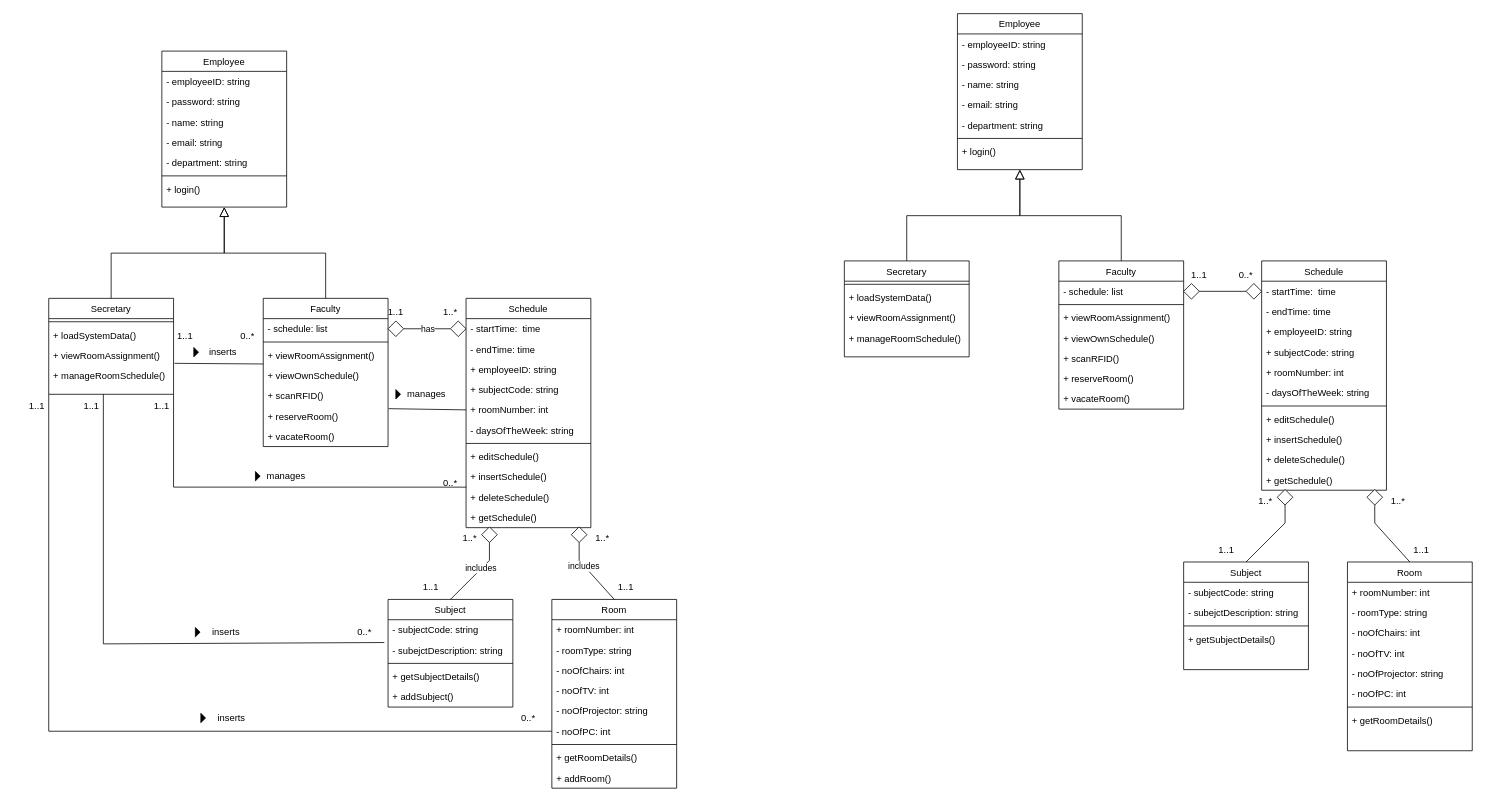
Before: Class.drawio in jnthnpstl/Statistics-Calculator, a draw.io diagram. Source tidied: cells renumbered, new cells numbered last; positions are measured from the earlier drawing's top-left corner, leaving out a move shared by most shapes. Both pictures are drawn from the tidied source at 78%, with x=0, y=0 at pixel (13, 13).
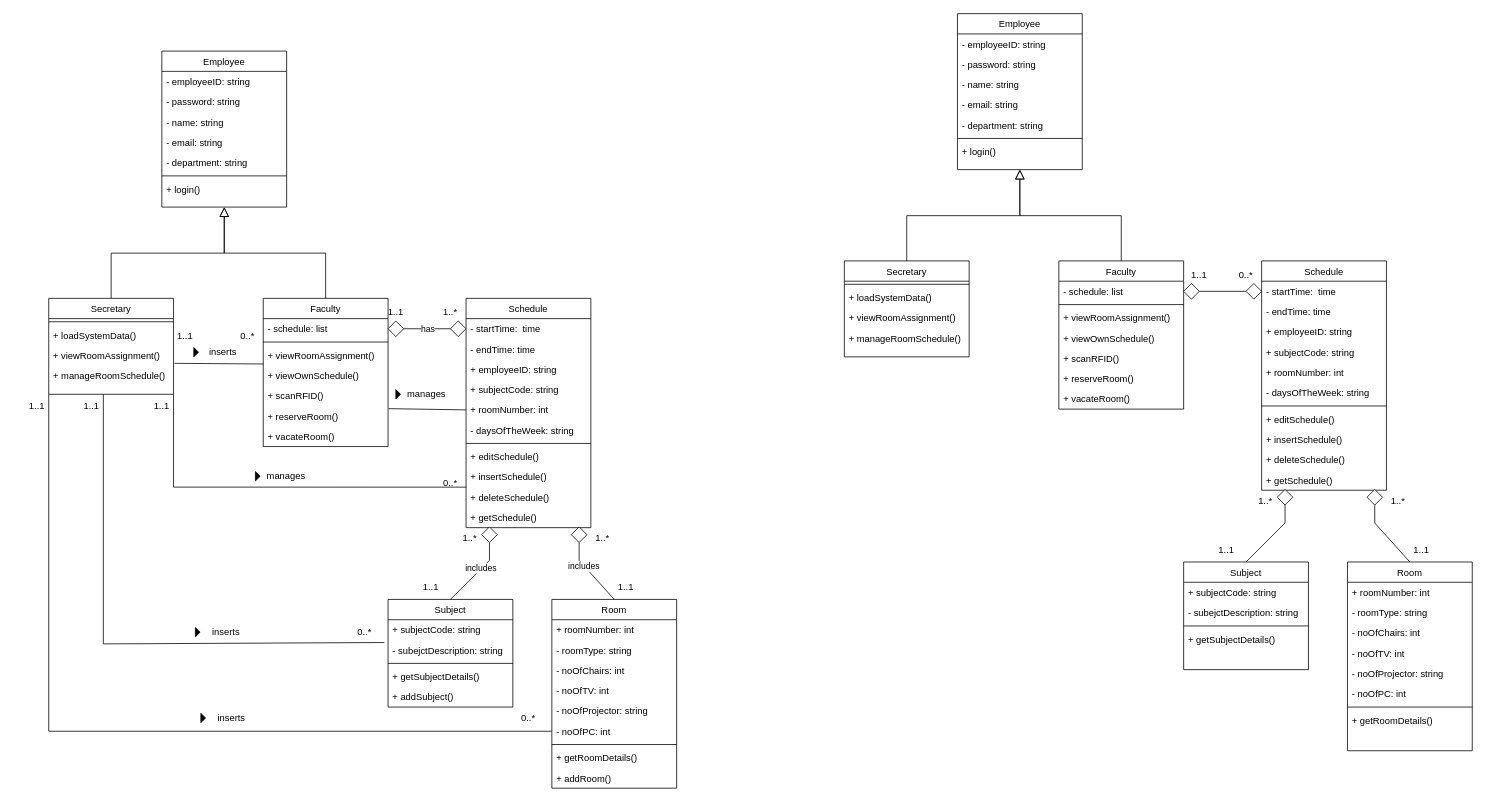
Above is the later version.

The change refers to these unchanged cells:
```xml
<mxCell id="54" value="Subject" style="swimlane;fontStyle=0;align=center;verticalAlign=top;horizontal=1;startSize=26;rounded=0;shadow=0;strokeWidth=1;" parent="1" vertex="1">
  <mxGeometry x="480" y="751" width="160" height="138" as="geometry" />
</mxCell>
<mxCell id="144" value="Subject" style="swimlane;fontStyle=0;align=center;verticalAlign=top;horizontal=1;startSize=26;rounded=0;shadow=0;strokeWidth=1;" parent="1" vertex="1">
  <mxGeometry x="1500" y="703" width="160" height="138" as="geometry" />
</mxCell>
```

The edit, as a diff of the source:
```diff
@@
-    <mxCell id="55" value="- subjectCode: string" style="text;align=left;verticalAlign=top;spacingLeft=4;spacingRight=4;overflow=hidden;" parent="54" vertex="1">
+    <mxCell id="55" value="+ subjectCode: string" style="text;align=left;verticalAlign=top;spacingLeft=4;spacingRight=4;overflow=hidden;" parent="54" vertex="1">
       <mxGeometry y="26" width="160" height="26" as="geometry" />
     </mxCell>
@@
-    <mxCell id="145" value="- subjectCode: string" style="text;align=left;verticalAlign=top;spacingLeft=4;spacingRight=4;overflow=hidden;" parent="144" vertex="1">
+    <mxCell id="145" value="+ subjectCode: string" style="text;align=left;verticalAlign=top;spacingLeft=4;spacingRight=4;overflow=hidden;" parent="144" vertex="1">
       <mxGeometry y="26" width="160" height="26" as="geometry" />
     </mxCell>
```
